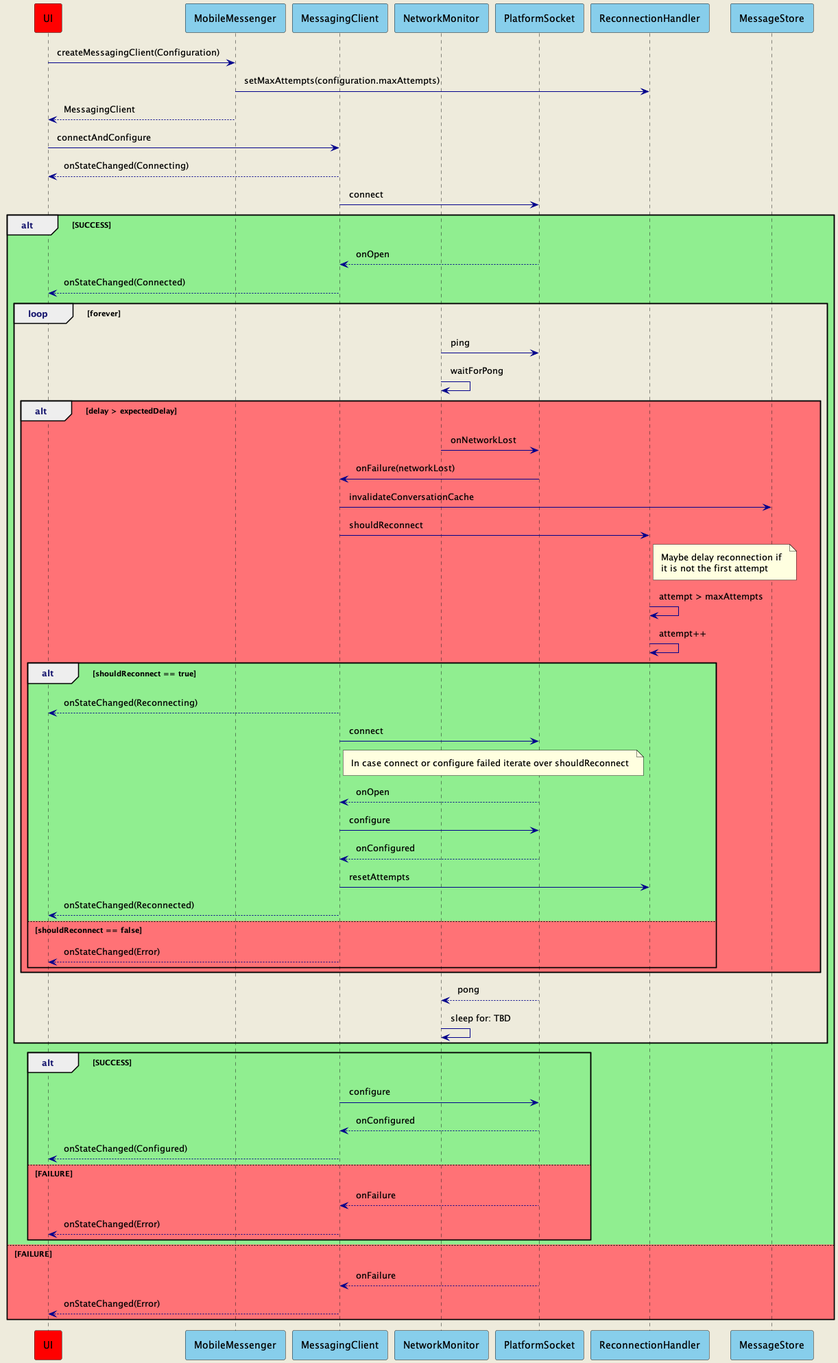
manoj8680/manoj8680 keeps this PlantUML diagram as transport/Reconnection.png. Above is the earlier version.
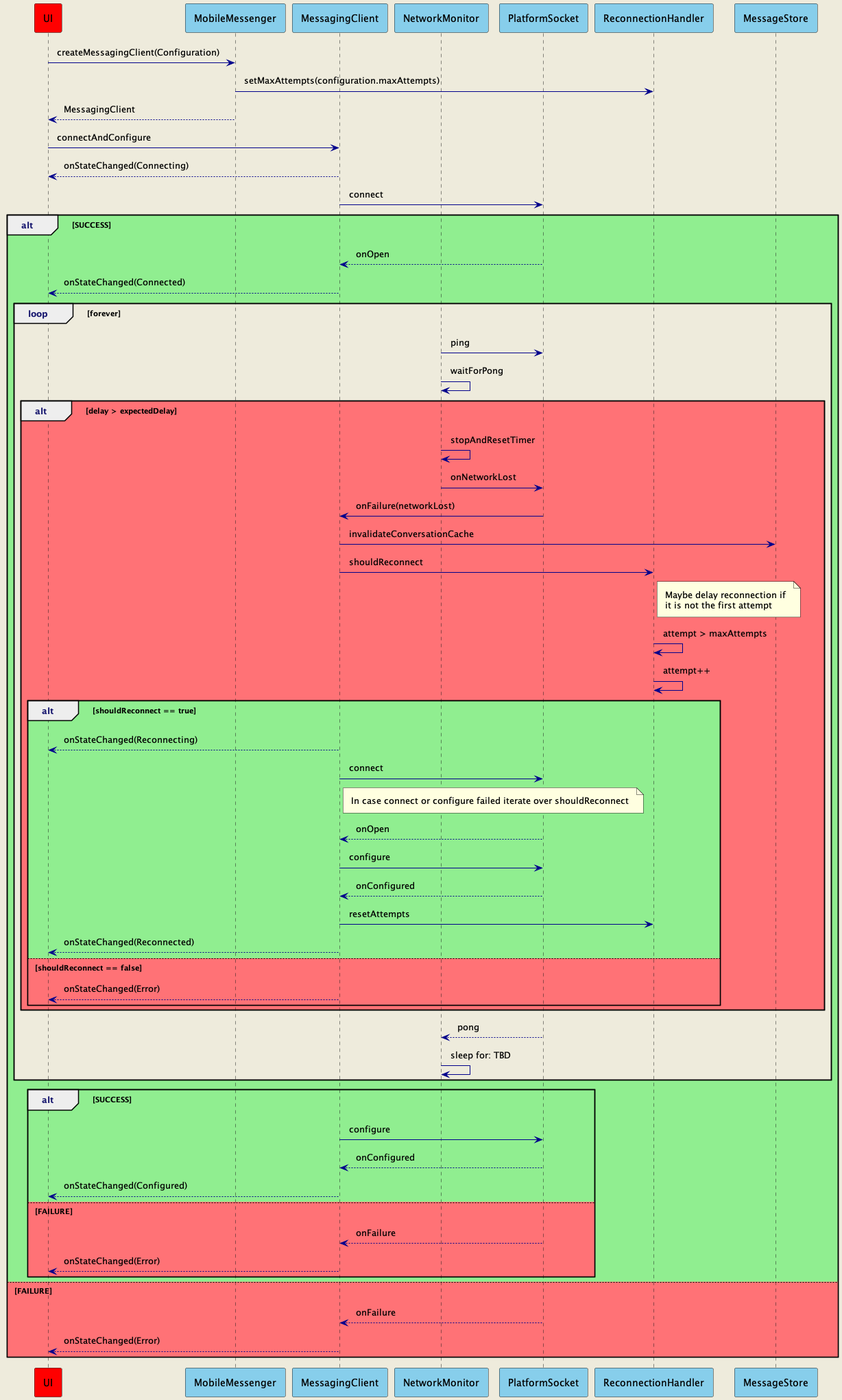
After the change.

Commit message:
draw sequence diagram of reconnection flow

The edit, as a diff of the source:
```diff
@@ -32,6 +32,7 @@
     NetworkMonitor -> PlatformSocket: ping
     NetworkMonitor -> NetworkMonitor: waitForPong
         alt #FF7276 delay > expectedDelay
+            NetworkMonitor -> NetworkMonitor: stopAndResetTimer
             NetworkMonitor -> PlatformSocket: onNetworkLost
             PlatformSocket -> MessagingClient: onFailure(networkLost)
             MessagingClient -> MessageStore: invalidateConversationCache
```
